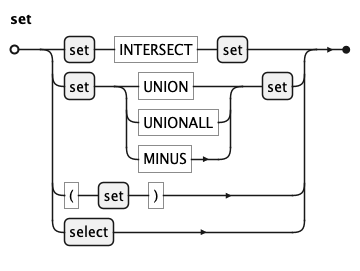
Earlier version of the PlantUML export docs/kql/set.png (koryki-java/core). Its diagram source:
```plantuml
@startebnf
' border and background
skinparam legendBorderColor transparent
skinparam legendBackgroundColor white

'title set

set = set, "INTERSECT", set
  | set, ("UNION" | "UNIONALL" | "MINUS" ), set
  | "(", set, ")"
  | select
;
@endebnf
```
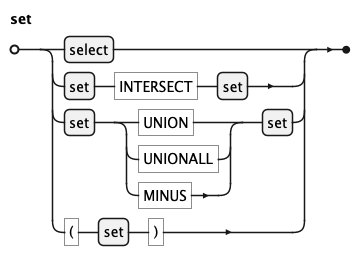
The same file after the commit.

What changed in the source:
```diff
@@ -5,9 +5,9 @@
 
 'title set
 
-set = set, "INTERSECT", set
+set = select
+  |set, "INTERSECT", set
   | set, ("UNION" | "UNIONALL" | "MINUS" ), set
   | "(", set, ")"
-  | select
 ;
 @endebnf
```
